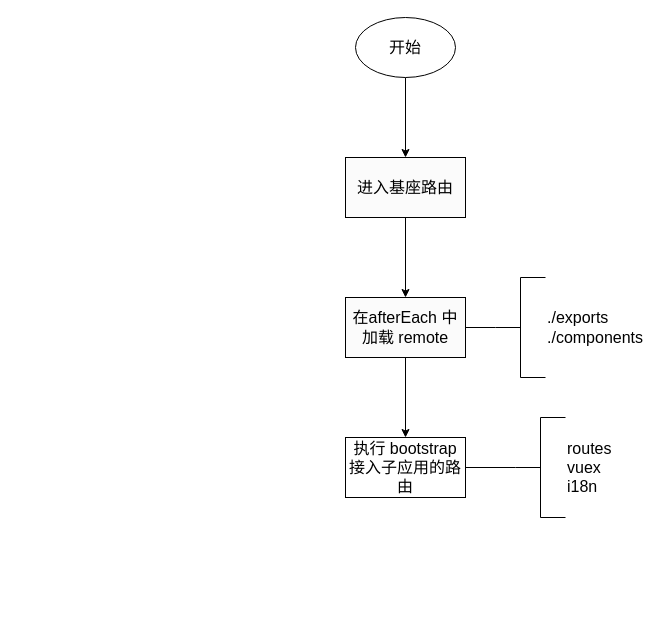
Earlier version of the draw.io diagram page "预加载子应用" (2 of 2) of microFrontend/component.drawio (zhuoooo/doodles). Source tidied: cells renumbered, new cells numbered last; positions are measured from the earlier drawing's top-left corner, leaving out a move shared by most shapes. Both pictures are drawn from the tidied source at 100%, with x=0, y=0 at pixel (345, 17).
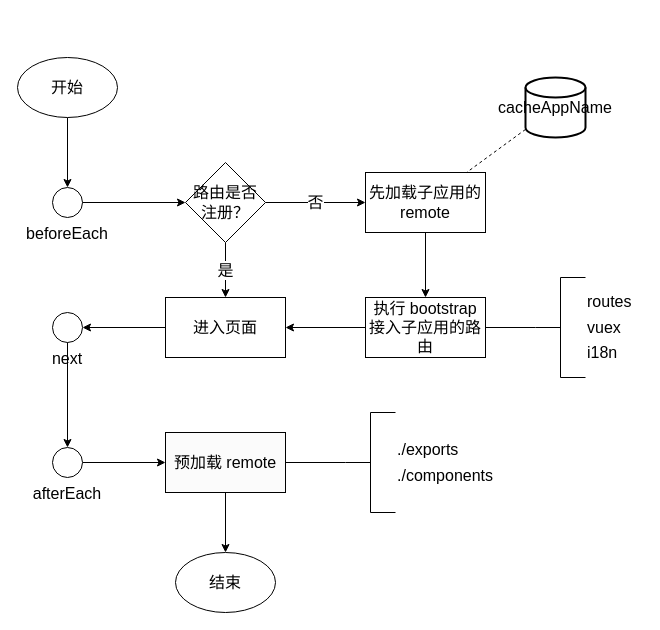
The same page after the edit.

The edit, as a diff of the source:
```diff
@@
     <mxCell id="3" value="开始" style="strokeWidth=1;html=1;shape=mxgraph.flowchart.start_1;whiteSpace=wrap;strokeColor=default;fontFamily=微软雅黑;fontSize=16;" parent="1" vertex="1">
-      <mxGeometry x="10" width="100" height="60" as="geometry" />
+      <mxGeometry x="-328" y="40" width="100" height="60" as="geometry" />
     </mxCell>
-    <mxCell id="4" style="edgeStyle=orthogonalEdgeStyle;rounded=0;jettySize=auto;html=1;strokeWidth=1;strokeColor=default;fontFamily=微软雅黑;fontSize=16;" parent="1" edge="1" source="5" target="7">
+    <mxCell id="4" value="否" style="edgeStyle=orthogonalEdgeStyle;rounded=0;jettySize=auto;html=1;strokeWidth=1;strokeColor=default;fontFamily=微软雅黑;fontSize=16;" parent="1" edge="1" source="17" target="19">
       <mxGeometry relative="1" as="geometry" />
     </mxCell>
-    <mxCell id="5" value="进入基座路由" style="whiteSpace=wrap;html=1;fillColor=rgb(251, 251, 251);strokeWidth=1;strokeColor=default;fontFamily=微软雅黑;fontSize=16;" parent="1" vertex="1">
-      <mxGeometry y="140" width="120" height="60" as="geometry" />
+    <mxCell id="5" value="beforeEach" style="whiteSpace=wrap;html=1;fillColor=default;strokeWidth=1;strokeColor=default;fontFamily=微软雅黑;fontSize=16;shape=mxgraph.flowchart.on-page_reference;verticalAlign=top;labelPosition=center;verticalLabelPosition=bottom;align=center;" parent="1" vertex="1">
+      <mxGeometry x="-293" y="170" width="30" height="30" as="geometry" />
     </mxCell>
-    <mxCell id="6" style="edgeStyle=orthogonalEdgeStyle;rounded=0;jettySize=auto;html=1;" parent="1" edge="1" source="7" target="10">
-      <mxGeometry relative="1" as="geometry" />
-    </mxCell>
+    <mxCell id="13" style="edgeStyle=orthogonalEdgeStyle;rounded=0;jettySize=auto;html=1;" parent="1" edge="1" source="7" target="28">
+      <mxGeometry relative="1" as="geometry" />
+    </mxCell>
-    <mxCell id="7" value="在afterEach 中加载 remote" style="whiteSpace=wrap;html=1;fillColor=rgb(251, 251, 251);strokeWidth=1;strokeColor=default;fontFamily=微软雅黑;fontSize=16;" parent="1" vertex="1">
-      <mxGeometry y="280" width="120" height="60" as="geometry" />
+    <mxCell id="7" value="预加载 remote" style="whiteSpace=wrap;html=1;fillColor=rgb(251, 251, 251);strokeWidth=1;strokeColor=default;fontFamily=微软雅黑;fontSize=16;" parent="1" vertex="1">
+      <mxGeometry x="-180" y="415" width="120" height="60" as="geometry" />
     </mxCell>
@@
-    <mxCell id="9" value="./exports&lt;br style=&quot;font-size: 16px;&quot;&gt;./components" style="strokeWidth=1;html=1;shape=mxgraph.flowchart.annotation_2;align=left;labelPosition=right;strokeColor=default;fontFamily=微软雅黑;fontSize=16;" parent="1" vertex="1">
-      <mxGeometry x="150" y="260" width="50" height="100" as="geometry" />
+    <mxCell id="9" value="&lt;p style=&quot;line-height: 160%;&quot;&gt;./exports&lt;br style=&quot;font-size: 16px;&quot;&gt;./components&lt;/p&gt;" style="strokeWidth=1;html=1;shape=mxgraph.flowchart.annotation_2;align=left;labelPosition=right;strokeColor=default;fontFamily=微软雅黑;fontSize=16;" parent="1" vertex="1">
+      <mxGeometry y="395" width="50" height="100" as="geometry" />
     </mxCell>
+    <mxCell id="14" style="edgeStyle=orthogonalEdgeStyle;rounded=0;jettySize=auto;html=1;fontFamily=微软雅黑;fontSize=16;" parent="1" edge="1" source="10" target="21">
+      <mxGeometry relative="1" as="geometry" />
+    </mxCell>
     <mxCell id="10" value="执行 bootstrap 接入子应用的路由" style="rounded=0;whiteSpace=wrap;html=1;fontFamily=微软雅黑;fontSize=16;" parent="1" vertex="1">
-      <mxGeometry y="420" width="120" height="60" as="geometry" />
+      <mxGeometry x="20" y="280" width="120" height="60" as="geometry" />
     </mxCell>
-    <mxCell id="11" style="edgeStyle=orthogonalEdgeStyle;rounded=0;jettySize=auto;html=1;endArrow=none;endFill=0;" parent="1" edge="1" source="12" target="10">
+    <mxCell id="11" style="edgeStyle=orthogonalEdgeStyle;rounded=0;jettySize=auto;html=1;endArrow=none;endFill=0;fontFamily=微软雅黑;fontSize=16;" parent="1" edge="1" source="12" target="10">
       <mxGeometry relative="1" as="geometry" />
     </mxCell>
-    <mxCell id="12" value="routes&lt;br&gt;vuex&lt;br&gt;i18n" style="strokeWidth=1;html=1;shape=mxgraph.flowchart.annotation_2;align=left;labelPosition=right;strokeColor=default;fontFamily=微软雅黑;fontSize=16;" parent="1" vertex="1">
-      <mxGeometry x="170" y="400" width="50" height="100" as="geometry" />
+    <mxCell id="12" value="&lt;p style=&quot;line-height: 160%;&quot;&gt;routes&lt;br style=&quot;font-size: 16px;&quot;&gt;vuex&lt;br style=&quot;font-size: 16px;&quot;&gt;i18n&lt;/p&gt;" style="strokeWidth=1;html=1;shape=mxgraph.flowchart.annotation_2;align=left;labelPosition=right;strokeColor=default;fontFamily=微软雅黑;fontSize=16;" parent="1" vertex="1">
+      <mxGeometry x="190" y="260" width="50" height="100" as="geometry" />
     </mxCell>
+    <mxCell id="15" style="edgeStyle=orthogonalEdgeStyle;rounded=0;jettySize=auto;html=1;strokeWidth=1;strokeColor=default;fontFamily=微软雅黑;fontSize=16;" parent="1" edge="1" source="5" target="17">
+      <mxGeometry relative="1" as="geometry" />
+    </mxCell>
+    <mxCell id="16" value="是" style="edgeStyle=orthogonalEdgeStyle;rounded=0;jettySize=auto;html=1;fontFamily=微软雅黑;fontSize=16;" parent="1" edge="1" source="17" target="21">
+      <mxGeometry relative="1" as="geometry" />
+    </mxCell>
+    <mxCell id="17" value="路由是否注册？" style="rhombus;whiteSpace=wrap;html=1;strokeWidth=1;fontFamily=微软雅黑;fontSize=16;" parent="1" vertex="1">
+      <mxGeometry x="-160" y="145" width="80" height="80" as="geometry" />
+    </mxCell>
+    <mxCell id="18" style="edgeStyle=orthogonalEdgeStyle;rounded=0;jettySize=auto;html=1;fontFamily=微软雅黑;fontSize=16;" parent="1" edge="1" source="19" target="10">
+      <mxGeometry relative="1" as="geometry" />
+    </mxCell>
+    <mxCell id="19" value="先加载子应用的 remote" style="whiteSpace=wrap;html=1;strokeWidth=1;fontFamily=微软雅黑;fontSize=16;" parent="1" vertex="1">
+      <mxGeometry x="20" y="155" width="120" height="60" as="geometry" />
+    </mxCell>
+    <mxCell id="20" style="edgeStyle=orthogonalEdgeStyle;rounded=0;jettySize=auto;html=1;fontSize=16;fontFamily=微软雅黑;" parent="1" edge="1" source="21" target="25">
+      <mxGeometry relative="1" as="geometry" />
+    </mxCell>
+    <mxCell id="21" value="进入页面" style="whiteSpace=wrap;html=1;fontFamily=微软雅黑;fontSize=16;" parent="1" vertex="1">
+      <mxGeometry x="-180" y="280" width="120" height="60" as="geometry" />
+    </mxCell>
+    <mxCell id="22" value="cacheAppName" style="strokeWidth=2;html=1;shape=mxgraph.flowchart.database;whiteSpace=wrap;fontSize=16;fontFamily=微软雅黑;" parent="1" vertex="1">
+      <mxGeometry x="180" y="60" width="60" height="60" as="geometry" />
+    </mxCell>
+    <mxCell id="23" style="endArrow=none;dashed=1;html=1;rounded=0;fontSize=16;fontFamily=微软雅黑;" parent="1" edge="1" source="22" target="19">
+      <mxGeometry relative="1" as="geometry" />
+    </mxCell>
+    <mxCell id="24" style="edgeStyle=orthogonalEdgeStyle;rounded=0;jettySize=auto;html=1;fontSize=16;fontFamily=微软雅黑;" parent="1" edge="1" source="27" target="7">
+      <mxGeometry relative="1" as="geometry" />
+    </mxCell>
+    <mxCell id="25" value="next" style="whiteSpace=wrap;html=1;fillColor=default;strokeWidth=1;strokeColor=default;fontFamily=微软雅黑;fontSize=16;shape=mxgraph.flowchart.on-page_reference;verticalAlign=top;labelPosition=center;verticalLabelPosition=bottom;align=center;" parent="1" vertex="1">
+      <mxGeometry x="-293" y="295" width="30" height="30" as="geometry" />
+    </mxCell>
+    <mxCell id="26" style="edgeStyle=orthogonalEdgeStyle;rounded=0;jettySize=auto;html=1;fontFamily=微软雅黑;fontSize=16;exitX=0.5;exitY=1;exitDx=0;exitDy=0;exitPerimeter=0;" parent="1" edge="1" source="25" target="27">
+      <mxGeometry relative="1" as="geometry" />
+    </mxCell>
+    <mxCell id="27" value="afterEach" style="whiteSpace=wrap;html=1;fillColor=default;strokeWidth=1;strokeColor=default;fontFamily=微软雅黑;fontSize=16;shape=mxgraph.flowchart.on-page_reference;verticalAlign=top;labelPosition=center;verticalLabelPosition=bottom;align=center;" parent="1" vertex="1">
+      <mxGeometry x="-293" y="430" width="30" height="30" as="geometry" />
+    </mxCell>
+    <mxCell id="28" value="结束" style="strokeWidth=1;html=1;shape=mxgraph.flowchart.start_1;whiteSpace=wrap;strokeColor=default;fontFamily=微软雅黑;fontSize=16;" parent="1" vertex="1">
+      <mxGeometry x="-170" y="535" width="100" height="60" as="geometry" />
+    </mxCell>
```
